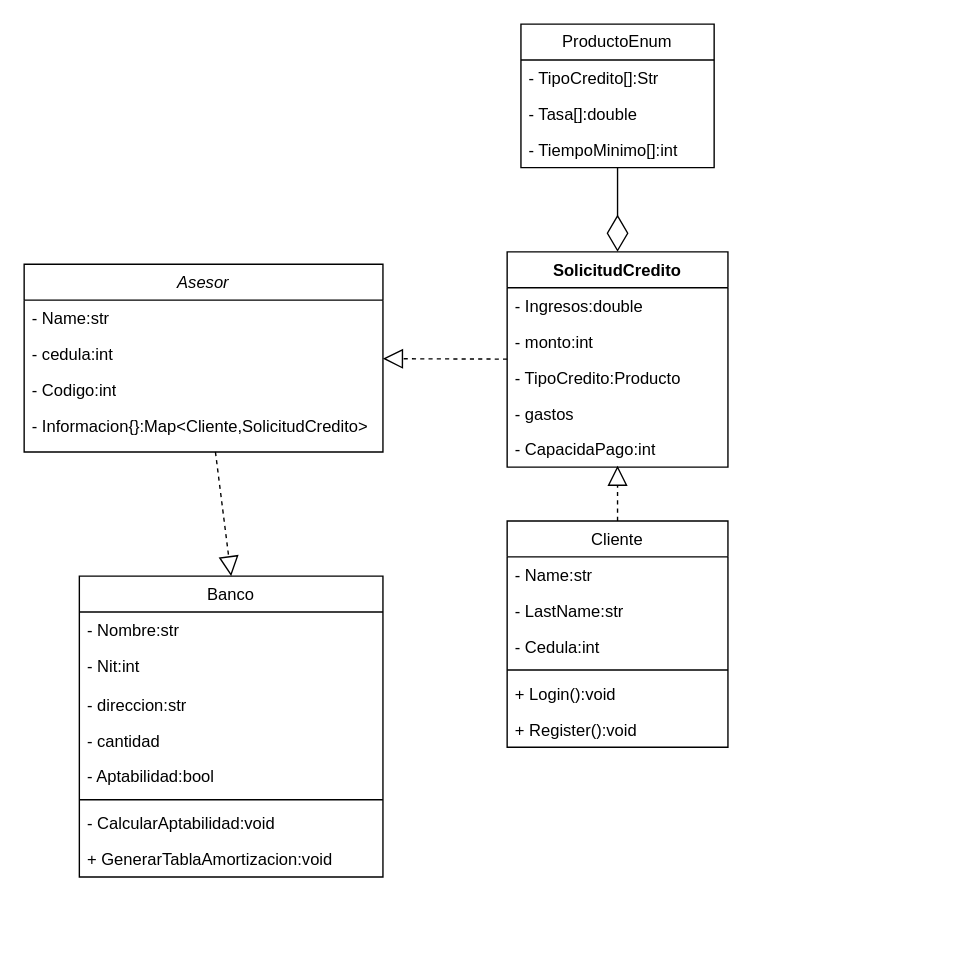
The draw.io diagram Codigo java/promaxtaxes/src/main/java/com/promax/Diagrama sin título.drawio in Universidad-Antonio-Narino/UniversidadCode, before the edit. Source tidied: cells renumbered, new cells numbered last; positions are measured from the earlier drawing's top-left corner, leaving out a move shared by most shapes. Both pictures are drawn from the tidied source at 138%, with x=0, y=0 at pixel (23, 23).
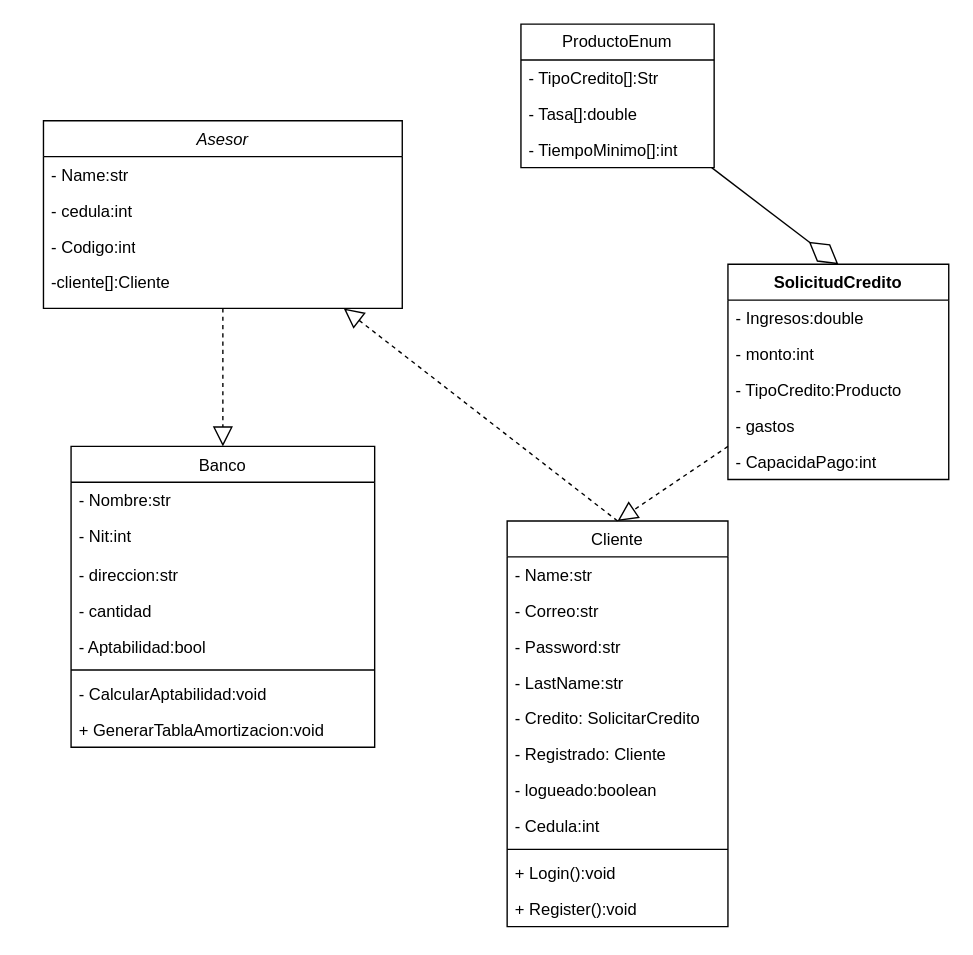
Above is the later version.

What changed in the source:
```diff
@@
     <mxCell id="2" value="Asesor" style="swimlane;fontStyle=2;align=center;verticalAlign=top;horizontal=1;startSize=26;rounded=0;shadow=0;strokeWidth=1;" parent="1" vertex="1">
-      <mxGeometry y="174" width="260" height="136" as="geometry" />
+      <mxGeometry x="14" y="70" width="260" height="136" as="geometry" />
     </mxCell>
@@
-    <mxCell id="6" value="- Informacion{}:Map&amp;lt;Cliente,SolicitudCredito&amp;gt;" style="text;strokeColor=none;fillColor=none;align=left;verticalAlign=top;spacingLeft=4;spacingRight=4;overflow=hidden;whiteSpace=wrap;html=1;" parent="2" vertex="1">
+    <mxCell id="6" value="-cliente[]:Cliente" style="text;strokeColor=none;fillColor=none;align=left;verticalAlign=top;spacingLeft=4;spacingRight=4;overflow=hidden;whiteSpace=wrap;html=1;" parent="2" vertex="1">
       <mxGeometry y="104" width="260" height="30" as="geometry" />
     </mxCell>
     <mxCell id="7" value="Banco" style="swimlane;fontStyle=0;align=center;verticalAlign=top;horizontal=1;startSize=26;rounded=0;shadow=0;strokeWidth=1;" parent="1" vertex="1">
-      <mxGeometry x="40" y="400" width="220" height="218" as="geometry" />
+      <mxGeometry x="34" y="306" width="220" height="218" as="geometry" />
     </mxCell>
@@
     <mxCell id="16" value="Cliente" style="swimlane;fontStyle=0;align=center;verticalAlign=top;horizontal=1;startSize=26;rounded=0;shadow=0;strokeWidth=1;" parent="1" vertex="1">
-      <mxGeometry x="350" y="360" width="160" height="164" as="geometry" />
+      <mxGeometry x="350" y="360" width="160" height="294" as="geometry" />
     </mxCell>
@@
+    <mxCell id="37" value="- Correo:str" style="text;strokeColor=none;fillColor=none;align=left;verticalAlign=top;spacingLeft=4;spacingRight=4;overflow=hidden;whiteSpace=wrap;html=1;" parent="16" vertex="1">
+      <mxGeometry y="52" width="160" height="26" as="geometry" />
+    </mxCell>
+    <mxCell id="38" value="- Password:str" style="text;strokeColor=none;fillColor=none;align=left;verticalAlign=top;spacingLeft=4;spacingRight=4;overflow=hidden;whiteSpace=wrap;html=1;" parent="16" vertex="1">
+      <mxGeometry y="78" width="160" height="26" as="geometry" />
+    </mxCell>
     <mxCell id="18" value="- LastName:str" style="text;align=left;verticalAlign=top;spacingLeft=4;spacingRight=4;overflow=hidden;rounded=0;shadow=0;html=0;" parent="16" vertex="1">
-      <mxGeometry y="52" width="160" height="26" as="geometry" />
+      <mxGeometry y="104" width="160" height="26" as="geometry" />
     </mxCell>
+    <mxCell id="39" value="- Credito: SolicitarCredito" style="text;strokeColor=none;fillColor=none;align=left;verticalAlign=top;spacingLeft=4;spacingRight=4;overflow=hidden;whiteSpace=wrap;html=1;" parent="16" vertex="1">
+      <mxGeometry y="130" width="160" height="26" as="geometry" />
+    </mxCell>
+    <mxCell id="40" value="- Registrado: Cliente" style="text;strokeColor=none;fillColor=none;align=left;verticalAlign=top;spacingLeft=4;spacingRight=4;overflow=hidden;whiteSpace=wrap;html=1;" parent="16" vertex="1">
+      <mxGeometry y="156" width="160" height="26" as="geometry" />
+    </mxCell>
+    <mxCell id="41" value="- logueado:boolean" style="text;strokeColor=none;fillColor=none;align=left;verticalAlign=top;spacingLeft=4;spacingRight=4;overflow=hidden;whiteSpace=wrap;html=1;" parent="16" vertex="1">
+      <mxGeometry y="182" width="160" height="26" as="geometry" />
+    </mxCell>
     <mxCell id="19" value="- Cedula:int" style="text;align=left;verticalAlign=top;spacingLeft=4;spacingRight=4;overflow=hidden;rounded=0;shadow=0;html=0;" parent="16" vertex="1">
-      <mxGeometry y="78" width="160" height="26" as="geometry" />
+      <mxGeometry y="208" width="160" height="26" as="geometry" />
     </mxCell>
     <mxCell id="20" style="line;strokeWidth=1;fillColor=none;align=left;verticalAlign=middle;spacingTop=-1;spacingLeft=3;spacingRight=3;labelPosition=right;strokeColor=inherit;" parent="16" vertex="1">
-      <mxGeometry y="104" width="160" height="8" as="geometry" />
+      <mxGeometry y="234" width="160" height="8" as="geometry" />
     </mxCell>
     <mxCell id="21" value="+ Login():void" style="text;strokeColor=none;fillColor=none;align=left;verticalAlign=top;spacingLeft=4;spacingRight=4;overflow=hidden;whiteSpace=wrap;html=1;" parent="16" vertex="1">
-      <mxGeometry y="112" width="160" height="26" as="geometry" />
+      <mxGeometry y="242" width="160" height="26" as="geometry" />
     </mxCell>
     <mxCell id="22" value="+ Register():void" style="text;strokeColor=none;fillColor=none;align=left;verticalAlign=top;spacingLeft=4;spacingRight=4;overflow=hidden;whiteSpace=wrap;html=1;" parent="16" vertex="1">
-      <mxGeometry y="138" width="160" height="26" as="geometry" />
+      <mxGeometry y="268" width="160" height="26" as="geometry" />
     </mxCell>
     <mxCell id="23" value="SolicitudCredito" style="swimlane;fontStyle=1;align=center;verticalAlign=top;horizontal=1;startSize=26;whiteSpace=wrap;html=1;" parent="1" vertex="1">
-      <mxGeometry x="350" y="165" width="160" height="156" as="geometry" />
+      <mxGeometry x="510" y="174" width="160" height="156" as="geometry" />
     </mxCell>
@@
-    <mxCell id="34" style="endArrow=block;dashed=1;endFill=0;endSize=12;html=1;rounded=0;" parent="1" edge="1" source="16">
+    <mxCell id="34" style="endArrow=block;dashed=1;endFill=0;endSize=12;html=1;rounded=0;" parent="1" edge="1" source="16" target="2">
       <mxGeometry relative="1" as="geometry">
-        <mxPoint x="430" y="320" as="targetPoint" />
+        <Array as="points">
+          <mxPoint x="430" y="360" />
+        </Array>
       </mxGeometry>
     </mxCell>
-    <mxCell id="35" style="endArrow=block;dashed=1;endFill=0;endSize=12;html=1;rounded=0;" parent="1" edge="1" source="23" target="2">
+    <mxCell id="35" style="endArrow=block;dashed=1;endFill=0;endSize=12;html=1;rounded=0;entryX=0.5;entryY=0;entryDx=0;entryDy=0;" parent="1" edge="1" source="23" target="16">
       <mxGeometry relative="1" as="geometry" />
     </mxCell>
```
